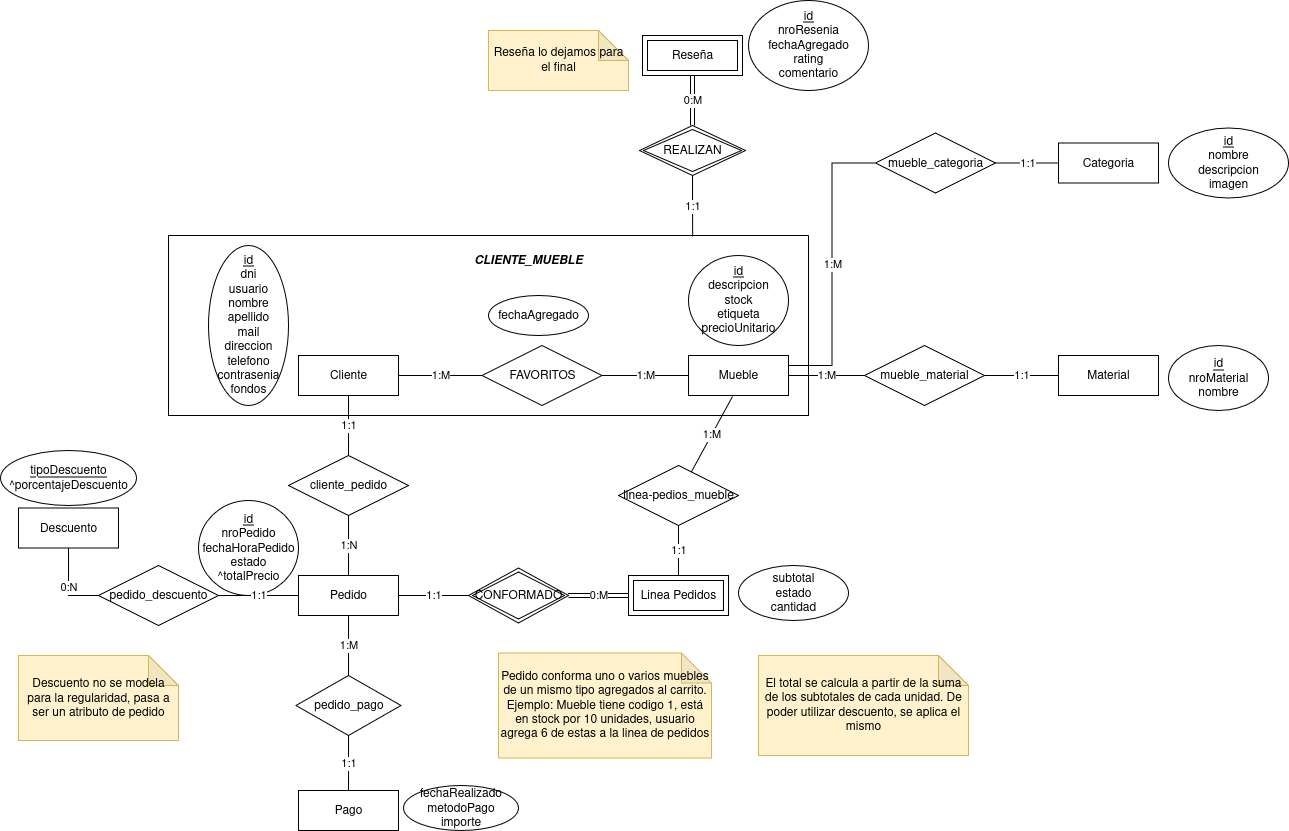
gomezAgustinVim/tpDSWproposalGomezPitavinoBertottiZajarias keeps this draw.io diagram as E-Commerce-DER.png. Above is the earlier version. Source tidied: cells renumbered, new cells last; positions are measured from the earlier drawing's top-left corner, leaving out a move shared by most shapes.
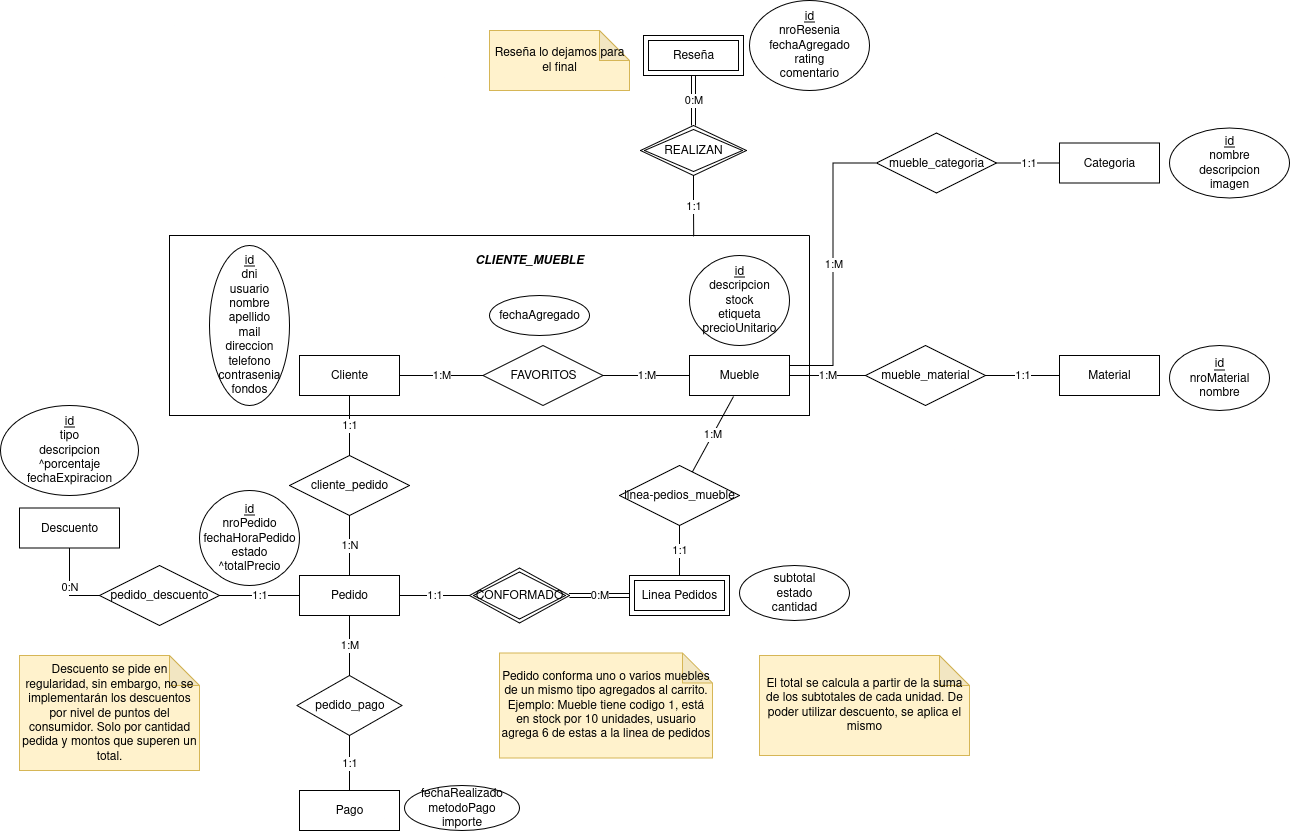
Later version of the same file.

Commit message:
Consultas por hacer y DER actualizado

What changed in the source:
```diff
@@ -84,7 +84,7 @@
       <mxGeometry x="875" y="132.5" width="120" height="60" as="geometry" />
     </mxCell>
     <mxCell id="29" value="&lt;div&gt;&lt;u&gt;id&lt;/u&gt;&lt;/div&gt;&lt;div&gt;nroPedido&lt;/div&gt;&lt;div&gt;&lt;span style=&quot;background-color: transparent; color: light-dark(rgb(0, 0, 0), rgb(255, 255, 255));&quot;&gt;fechaHoraPedido&lt;/span&gt;&lt;/div&gt;&lt;div&gt;estado&lt;/div&gt;&lt;div&gt;^totalPrecio&lt;/div&gt;" style="ellipse;whiteSpace=wrap;html=1;align=center;" parent="1" vertex="1">
-      <mxGeometry x="198" y="500" width="100" height="95" as="geometry" />
+      <mxGeometry x="198" y="490" width="100" height="95" as="geometry" />
     </mxCell>
     <mxCell id="30" value="1:M" style="edgeStyle=orthogonalEdgeStyle;rounded=0;jettySize=auto;html=1;endArrow=none;startFill=0;" parent="1" edge="1" source="31" target="46">
       <mxGeometry relative="1" as="geometry" />
@@ -137,8 +137,8 @@
     <mxCell id="46" value="pedido_pago" style="shape=rhombus;perimeter=rhombusPerimeter;whiteSpace=wrap;html=1;align=center;" parent="1" vertex="1">
       <mxGeometry x="295.5" y="675" width="105" height="60" as="geometry" />
     </mxCell>
-    <mxCell id="47" value="Descuento no se modela para la regularidad, pasa a ser un atributo de pedido" style="shape=note;whiteSpace=wrap;html=1;backgroundOutline=1;darkOpacity=0.05;fillColor=#fff2cc;strokeColor=#d6b656;" parent="1" vertex="1">
-      <mxGeometry x="18" y="655" width="160" height="85" as="geometry" />
+    <mxCell id="47" value="Descuento se pide en regularidad, sin embargo, no se implementarán los descuentos por nivel de puntos del consumidor. Solo por cantidad pedida y montos que superen un total." style="shape=note;whiteSpace=wrap;html=1;backgroundOutline=1;darkOpacity=0.05;fillColor=#fff2cc;strokeColor=#d6b656;" parent="1" vertex="1">
+      <mxGeometry x="18" y="655" width="180" height="115" as="geometry" />
     </mxCell>
     <mxCell id="48" value="0:N" style="edgeStyle=orthogonalEdgeStyle;rounded=0;jettySize=auto;html=1;endArrow=none;startFill=0;entryX=0;entryY=0.5;entryDx=0;entryDy=0;" parent="1" edge="1" source="49" target="52">
       <mxGeometry relative="1" as="geometry" />
@@ -146,8 +146,8 @@
     <mxCell id="49" value="Descuento" style="whiteSpace=wrap;html=1;align=center;" parent="1" vertex="1">
       <mxGeometry x="18" y="507.5" width="100" height="40" as="geometry" />
     </mxCell>
-    <mxCell id="50" value="&lt;div&gt;&lt;u&gt;tipoDescuento&lt;/u&gt;&lt;/div&gt;&lt;div&gt;^porcentajeDescuento&lt;br&gt;&lt;/div&gt;" style="ellipse;whiteSpace=wrap;html=1;align=center;" parent="1" vertex="1">
-      <mxGeometry y="450" width="136" height="55" as="geometry" />
+    <mxCell id="50" value="&lt;div&gt;&lt;u&gt;id&lt;/u&gt;&lt;/div&gt;&lt;div&gt;tipo&lt;/div&gt;&lt;div&gt;descripcion&lt;/div&gt;&lt;div&gt;^porcentaje&lt;/div&gt;&lt;div&gt;fechaExpiracion&lt;/div&gt;" style="ellipse;whiteSpace=wrap;html=1;align=center;" parent="1" vertex="1">
+      <mxGeometry x="-1" y="405" width="138" height="90" as="geometry" />
     </mxCell>
     <mxCell id="51" value="1:1" style="edgeStyle=orthogonalEdgeStyle;rounded=0;jettySize=auto;html=1;entryX=0;entryY=0.5;entryDx=0;entryDy=0;endArrow=none;endFill=0;" parent="1" edge="1" source="52" target="31">
       <mxGeometry relative="1" as="geometry" />
```
